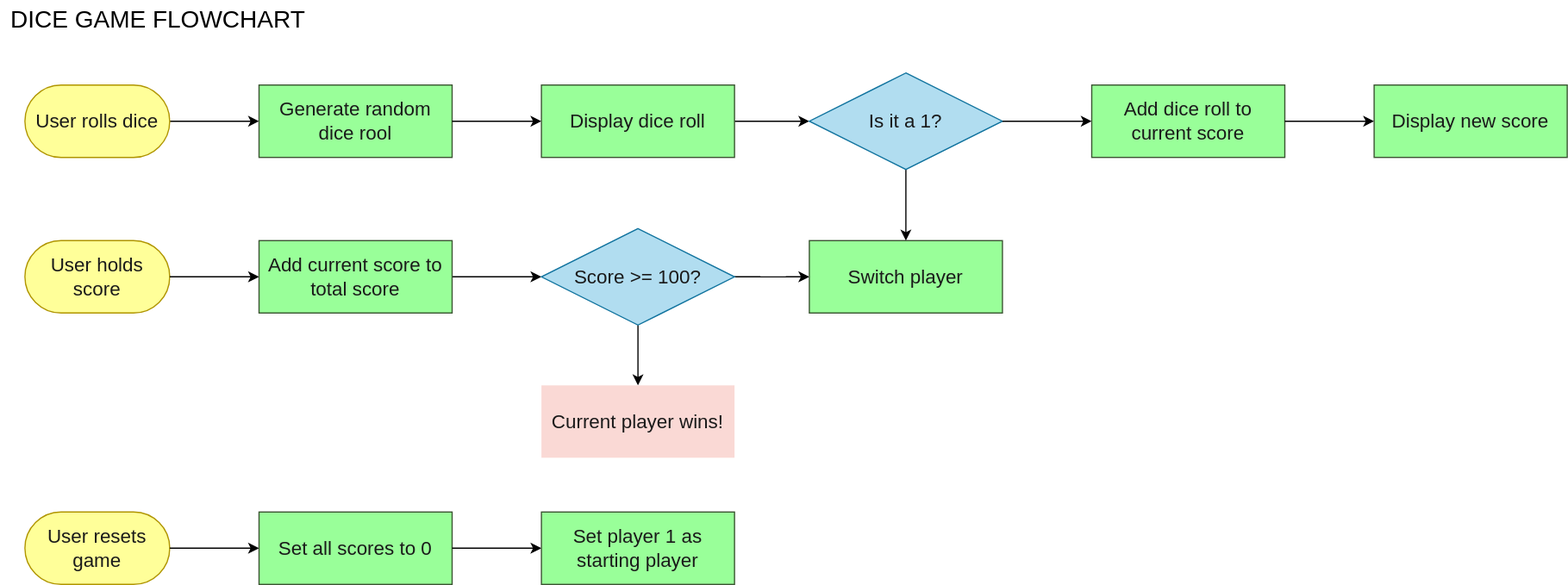
Before: dice-game-flowchart.drawio.svg, a diagram exported from draw.io (phieraditya/roll-dice). Source tidied: cells renumbered, new cells last; positions are measured from the earlier drawing's top-left corner, leaving out a move shared by most shapes.
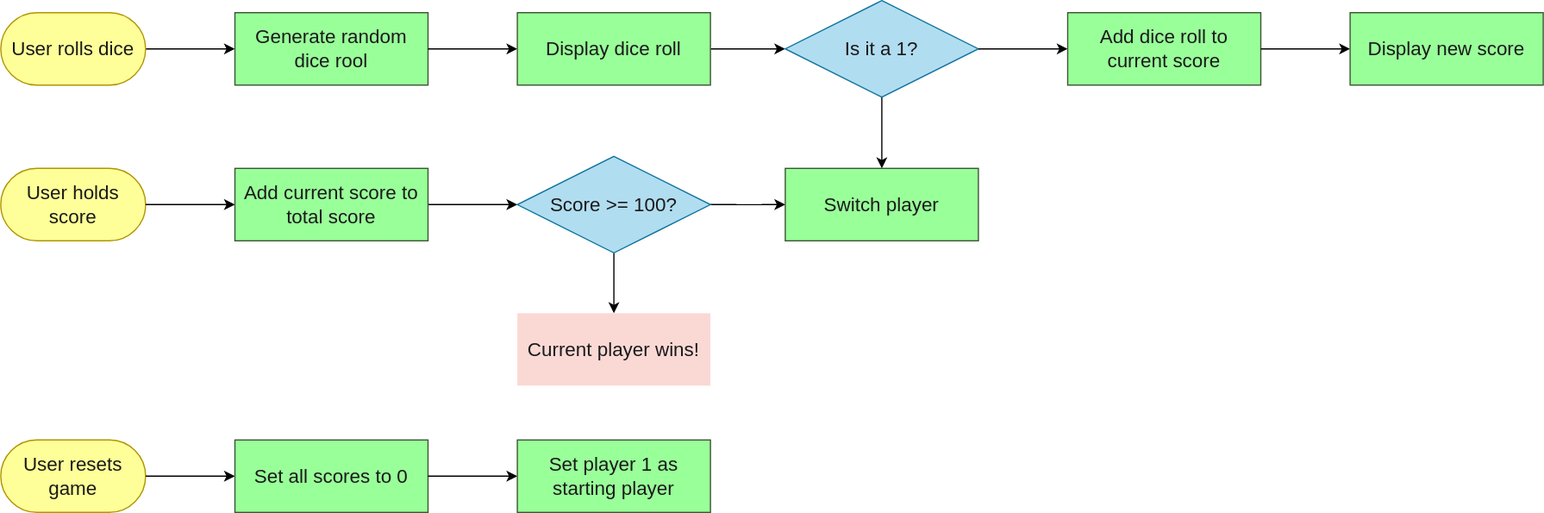
After the change.

What changed in the source:
```diff
@@ -8,9 +8,6 @@
     <mxCell id="3" value="&lt;font style=&quot;font-size: 16px&quot;&gt;User rolls dice&lt;/font&gt;" style="rounded=1;whiteSpace=wrap;html=1;arcSize=50;strokeColor=#B09500;fillColor=#FFFF99;fontColor=#1A1A1A;" parent="1" vertex="1">
       <mxGeometry x="20" y="70" width="120" height="60" as="geometry" />
     </mxCell>
-    <mxCell id="4" value="DICE GAME FLOWCHART" style="text;html=1;align=center;verticalAlign=middle;strokeColor=none;fontSize=20;" parent="1" vertex="1">
-      <mxGeometry width="260" height="30" as="geometry" />
-    </mxCell>
     <mxCell id="5" value="&lt;font style=&quot;font-size: 16px&quot;&gt;User holds score&lt;/font&gt;" style="rounded=1;whiteSpace=wrap;html=1;arcSize=50;strokeColor=#B09500;fillColor=#FFFF99;fontColor=#1A1A1A;" parent="1" vertex="1">
       <mxGeometry x="20" y="199" width="120" height="60" as="geometry" />
     </mxCell>
```
